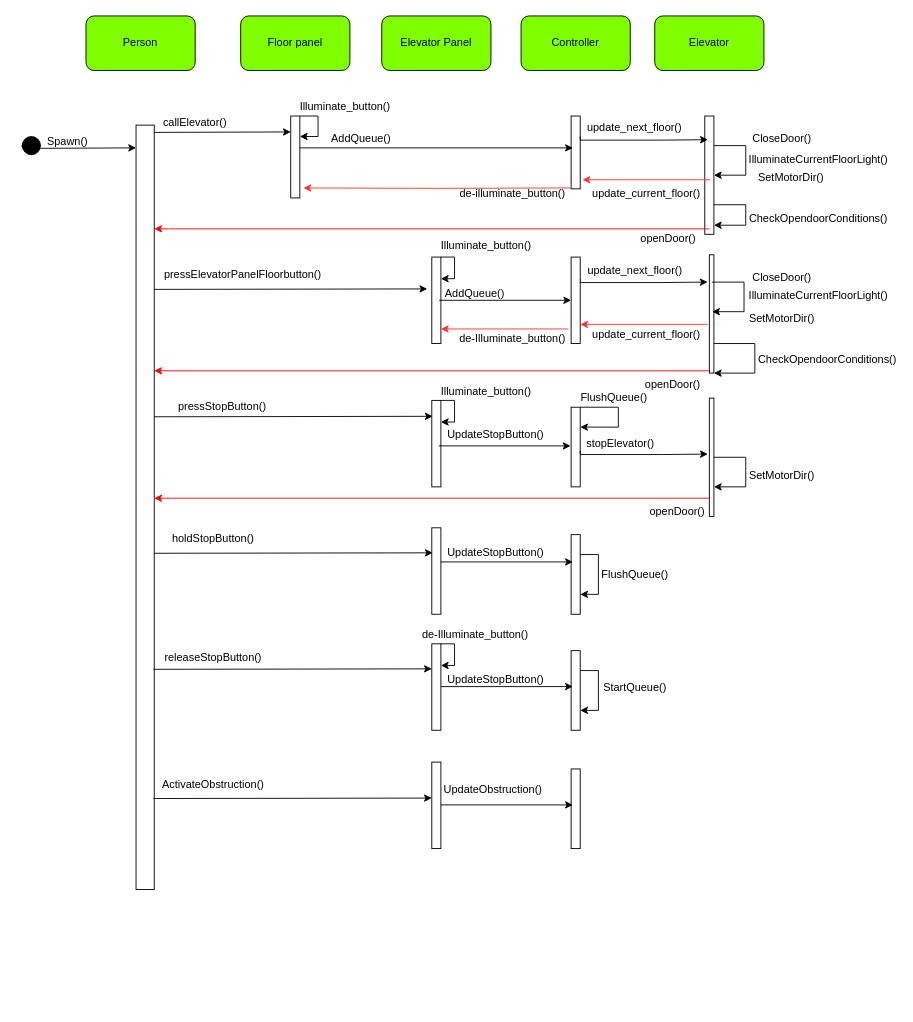
Before: page "Sekvensdiagram" (4 of 4) of state_machine.drawio in hk-lor/Tilpdat-TTK4235-heis, a draw.io diagram. Source tidied: cells renumbered, new cells numbered last; positions are measured from the earlier drawing's top-left corner, leaving out a move shared by most shapes. Both pictures are drawn from the tidied source at 91%, with x=0, y=0 at pixel (-238, 15).
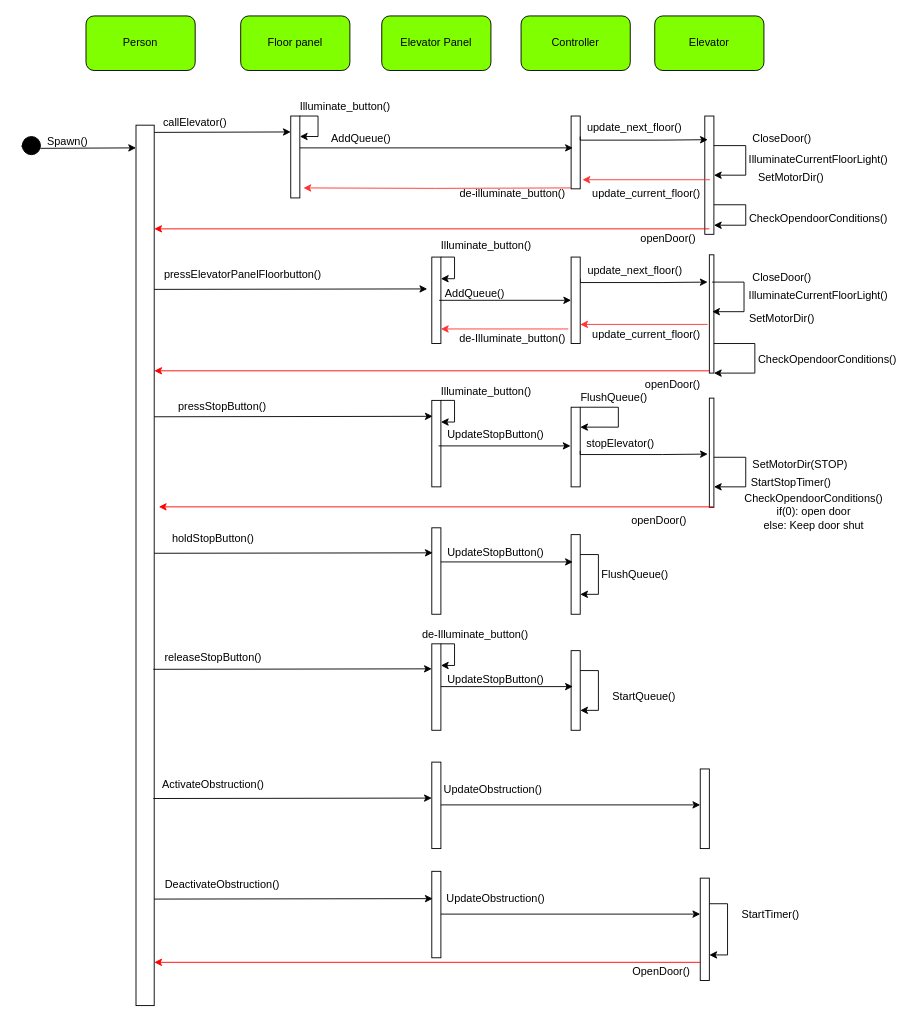
After the change.

Diff of the diagram source:
```diff
@@
     <mxCell id="4" style="rounded=0;whiteSpace=wrap;html=1;fillColor=#FFFFFF;rotation=-90;" parent="1" vertex="1">
-      <mxGeometry y="530" width="840" height="20" as="geometry" />
+      <mxGeometry x="-63.8" y="593.8" width="967.5" height="20" as="geometry" />
     </mxCell>
@@
     <mxCell id="60" style="rounded=0;whiteSpace=wrap;html=1;fillColor=#FFFFFF;direction=south;" parent="1" vertex="1">
-      <mxGeometry x="1040" y="420" width="5" height="130" as="geometry" />
+      <mxGeometry x="1040" y="420" width="5" height="120" as="geometry" />
     </mxCell>
@@
-    <mxCell id="67" value="SetMotorDir() " style="text;html=1;strokeColor=none;fillColor=none;align=center;verticalAlign=middle;whiteSpace=wrap;rounded=0;" parent="1" vertex="1">
-      <mxGeometry x="1060" y="492.5" width="120" height="25" as="geometry" />
+    <mxCell id="67" value="SetMotorDir(STOP) " style="text;html=1;strokeColor=none;fillColor=none;align=center;verticalAlign=middle;whiteSpace=wrap;rounded=0;" parent="1" vertex="1">
+      <mxGeometry x="1080" y="480" width="120" height="25" as="geometry" />
     </mxCell>
     <mxCell id="68" value="openDoor()" style="text;html=1;strokeColor=none;fillColor=none;align=center;verticalAlign=middle;whiteSpace=wrap;rounded=0;" parent="1" vertex="1">
-      <mxGeometry x="960" y="530" width="90" height="30" as="geometry" />
+      <mxGeometry x="940" y="540" width="90" height="30" as="geometry" />
     </mxCell>
     <mxCell id="69" style="endArrow=classic;html=1;rounded=0;strokeColor=#FF0000;fillColor=#FF0000;" parent="1" edge="1">
       <mxGeometry relative="1" as="geometry">
-        <mxPoint x="1040" y="530" as="sourcePoint" />
-        <mxPoint x="430" y="530" as="targetPoint" />
+        <mxPoint x="1045" y="539.5" as="sourcePoint" />
+        <mxPoint x="435" y="539.5" as="targetPoint" />
       </mxGeometry>
     </mxCell>
@@
-    <mxCell id="89" value="StartQueue()" style="text;html=1;strokeColor=none;fillColor=none;align=center;verticalAlign=middle;whiteSpace=wrap;rounded=0;" parent="1" vertex="1">
-      <mxGeometry x="920.6" y="727.5" width="75" height="20" as="geometry" />
+    <mxCell id="89" value="StartTimer()" style="text;html=1;strokeColor=none;fillColor=none;align=center;verticalAlign=middle;whiteSpace=wrap;rounded=0;" parent="1" vertex="1">
+      <mxGeometry x="1070" y="977.5" width="75" height="20" as="geometry" />
     </mxCell>
@@
     <mxCell id="91" style="rounded=0;whiteSpace=wrap;html=1;fillColor=#FFFFFF;direction=south;" parent="1" vertex="1">
-      <mxGeometry x="888.1" y="827.5" width="10" height="87.5" as="geometry" />
+      <mxGeometry x="1030" y="827.5" width="10" height="87.5" as="geometry" />
     </mxCell>
@@
     <mxCell id="93" style="endArrow=classic;html=1;rounded=0;strokeColor=#000000;fillColor=#FF0000;" parent="1" edge="1">
       <mxGeometry relative="1" as="geometry">
         <mxPoint x="745" y="867" as="sourcePoint" />
-        <mxPoint x="890" y="867" as="targetPoint" />
+        <mxPoint x="1030" y="867" as="targetPoint" />
       </mxGeometry>
     </mxCell>
@@
+    <mxCell id="100" value="StartStopTimer()" style="text;html=1;strokeColor=none;fillColor=none;align=center;verticalAlign=middle;whiteSpace=wrap;rounded=0;" parent="1" vertex="1">
+      <mxGeometry x="1070" y="500" width="120" height="25" as="geometry" />
+    </mxCell>
+    <mxCell id="101" style="rounded=0;whiteSpace=wrap;html=1;fillColor=#FFFFFF;direction=south;" parent="1" vertex="1">
+      <mxGeometry x="1030" y="947.5" width="10" height="112.5" as="geometry" />
+    </mxCell>
+    <mxCell id="102" style="rounded=0;whiteSpace=wrap;html=1;fillColor=#FFFFFF;direction=south;" parent="1" vertex="1">
+      <mxGeometry x="735" y="940" width="10" height="95" as="geometry" />
+    </mxCell>
+    <mxCell id="103" value="UpdateObstruction()" style="text;html=1;strokeColor=none;fillColor=none;align=center;verticalAlign=middle;whiteSpace=wrap;rounded=0;" parent="1" vertex="1">
+      <mxGeometry x="768.1" y="960" width="75" height="20" as="geometry" />
+    </mxCell>
+    <mxCell id="104" value="DeactivateObstruction()" style="text;html=1;strokeColor=none;fillColor=none;align=center;verticalAlign=middle;whiteSpace=wrap;rounded=0;" parent="1" vertex="1">
+      <mxGeometry x="460" y="940" width="90" height="30" as="geometry" />
+    </mxCell>
+    <mxCell id="105" style="endArrow=classic;html=1;rounded=0;strokeColor=#000000;fillColor=#FF0000;entryX=0.184;entryY=0.9;entryDx=0;entryDy=0;entryPerimeter=0;" parent="1" edge="1">
+      <mxGeometry relative="1" as="geometry">
+        <mxPoint x="430" y="970.5" as="sourcePoint" />
+        <mxPoint x="736" y="970" as="targetPoint" />
+      </mxGeometry>
+    </mxCell>
+    <mxCell id="106" style="edgeStyle=orthogonalEdgeStyle;rounded=0;orthogonalLoop=1;jettySize=auto;html=1;exitX=0.25;exitY=0;exitDx=0;exitDy=0;entryX=0.75;entryY=0;entryDx=0;entryDy=0;" parent="1" edge="1" source="101" target="101">
+      <mxGeometry relative="1" as="geometry" />
+    </mxCell>
+    <mxCell id="107" value="StartQueue()" style="text;html=1;strokeColor=none;fillColor=none;align=center;verticalAlign=middle;whiteSpace=wrap;rounded=0;" parent="1" vertex="1">
+      <mxGeometry x="930.6" y="737.5" width="75" height="20" as="geometry" />
+    </mxCell>
+    <mxCell id="108" style="endArrow=classic;html=1;rounded=0;strokeColor=#FF0000;fillColor=#FF0000;" parent="1" edge="1">
+      <mxGeometry relative="1" as="geometry">
+        <mxPoint x="1030" y="1040" as="sourcePoint" />
+        <mxPoint x="430" y="1040" as="targetPoint" />
+      </mxGeometry>
+    </mxCell>
+    <mxCell id="109" style="endArrow=classic;html=1;rounded=0;strokeColor=#000000;fillColor=#FF0000;" parent="1" edge="1">
+      <mxGeometry relative="1" as="geometry">
+        <mxPoint x="745" y="987" as="sourcePoint" />
+        <mxPoint x="1030" y="987" as="targetPoint" />
+      </mxGeometry>
+    </mxCell>
+    <mxCell id="110" value="OpenDoor()" style="text;html=1;strokeColor=none;fillColor=none;align=center;verticalAlign=middle;whiteSpace=wrap;rounded=0;" parent="1" vertex="1">
+      <mxGeometry x="950" y="1040" width="75" height="20" as="geometry" />
+    </mxCell>
+    <mxCell id="111" value="CheckOpendoorConditions()&lt;br&gt;if(0): open door&lt;br&gt;else: Keep door shut" style="text;html=1;strokeColor=none;fillColor=none;align=center;verticalAlign=middle;whiteSpace=wrap;rounded=0;" parent="1" vertex="1">
+      <mxGeometry x="1070" y="525" width="170" height="40" as="geometry" />
+    </mxCell>
```
